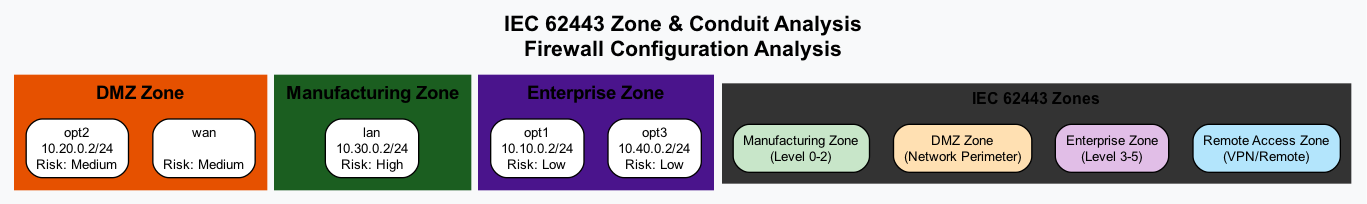
The Graphviz diagram output/config-OPNsense.internal-20251012003119_firewall/iec62443_diagrams/iec62443_zones.png in tonylturner/cipgram, before a commit. Its source is kept beside it as output/config-OPNsense.internal-20251012003119_firewall/iec62443_diagrams/iec62443_zones.dot.
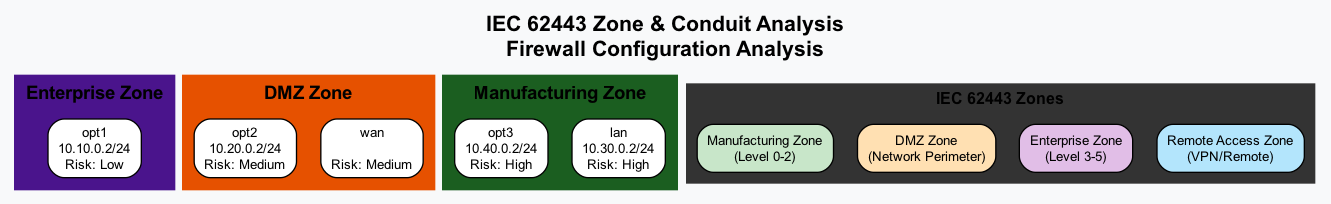
Above is the later version.

The edit, as a diff of the source:
```diff
@@ -8,6 +8,18 @@
   labelloc=t;
   fontsize=16;
   fontname="Arial Bold";
+
+  subgraph cluster_Enterprise_Zone {
+    label="Enterprise Zone";
+    style="filled,bold";
+    bgcolor="#e1bee7";
+    color="#4a148c";
+    penwidth=3;
+    fontsize=14;
+    fontname="Arial Bold";
+
+    "opt1" [label="opt1\n10.10.0.2/24\nRisk: Low", shape="box", style="rounded,filled", fillcolor="white"];
+  }
 
   subgraph cluster_DMZ_Zone {
     label="DMZ Zone";
@@ -31,20 +43,8 @@
     fontsize=14;
     fontname="Arial Bold";
 
+    "opt3" [label="opt3\n10.40.0.2/24\nRisk: High", shape="box", style="rounded,filled", fillcolor="white"];
     "lan" [label="lan\n10.30.0.2/24\nRisk: High", shape="box", style="rounded,filled", fillcolor="white"];
-  }
-
-  subgraph cluster_Enterprise_Zone {
-    label="Enterprise Zone";
-    style="filled,bold";
-    bgcolor="#e1bee7";
-    color="#4a148c";
-    penwidth=3;
-    fontsize=14;
-    fontname="Arial Bold";
-
-    "opt1" [label="opt1\n10.10.0.2/24\nRisk: Low", shape="box", style="rounded,filled", fillcolor="white"];
-    "opt3" [label="opt3\n10.40.0.2/24\nRisk: Low", shape="box", style="rounded,filled", fillcolor="white"];
   }
 
 
```
